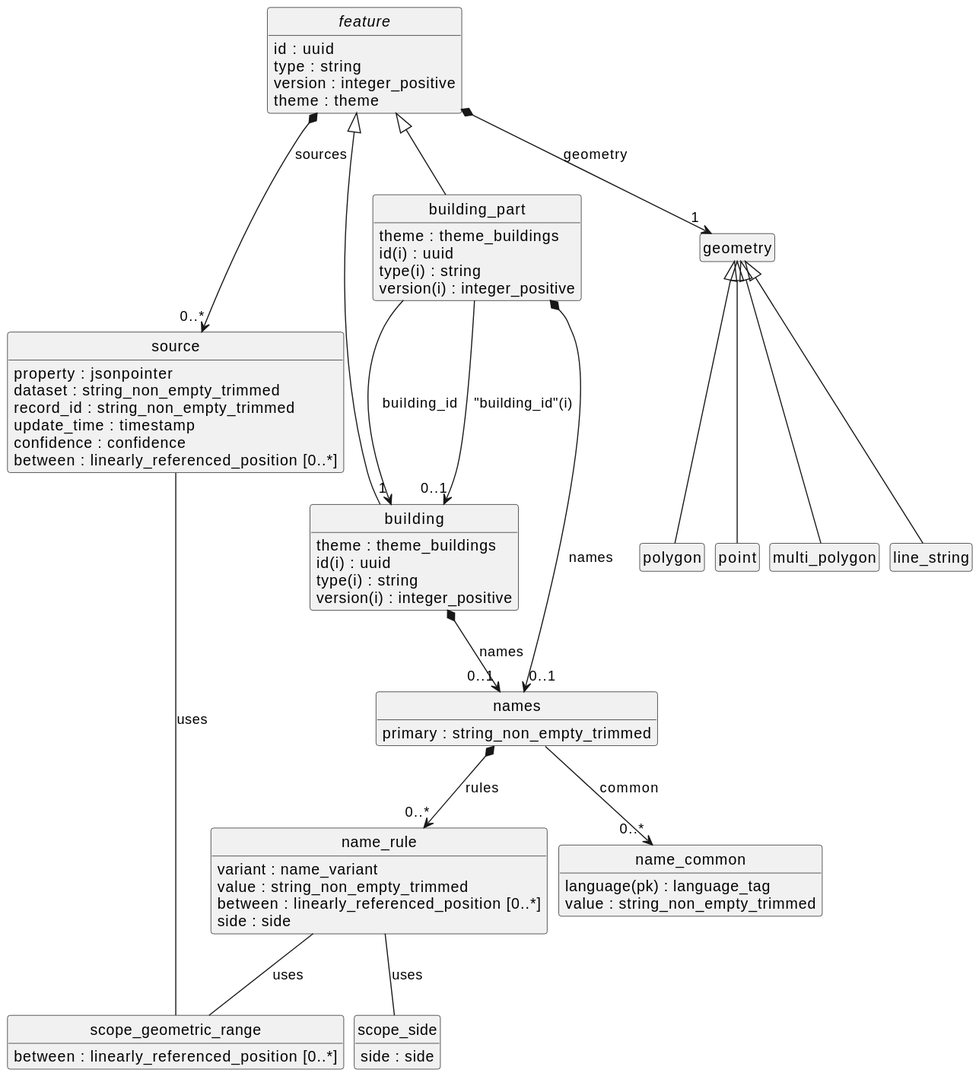
This is plantuml.svg from vcschapp/overture-schema-linkml, a PlantUML export, as it was before one commit.
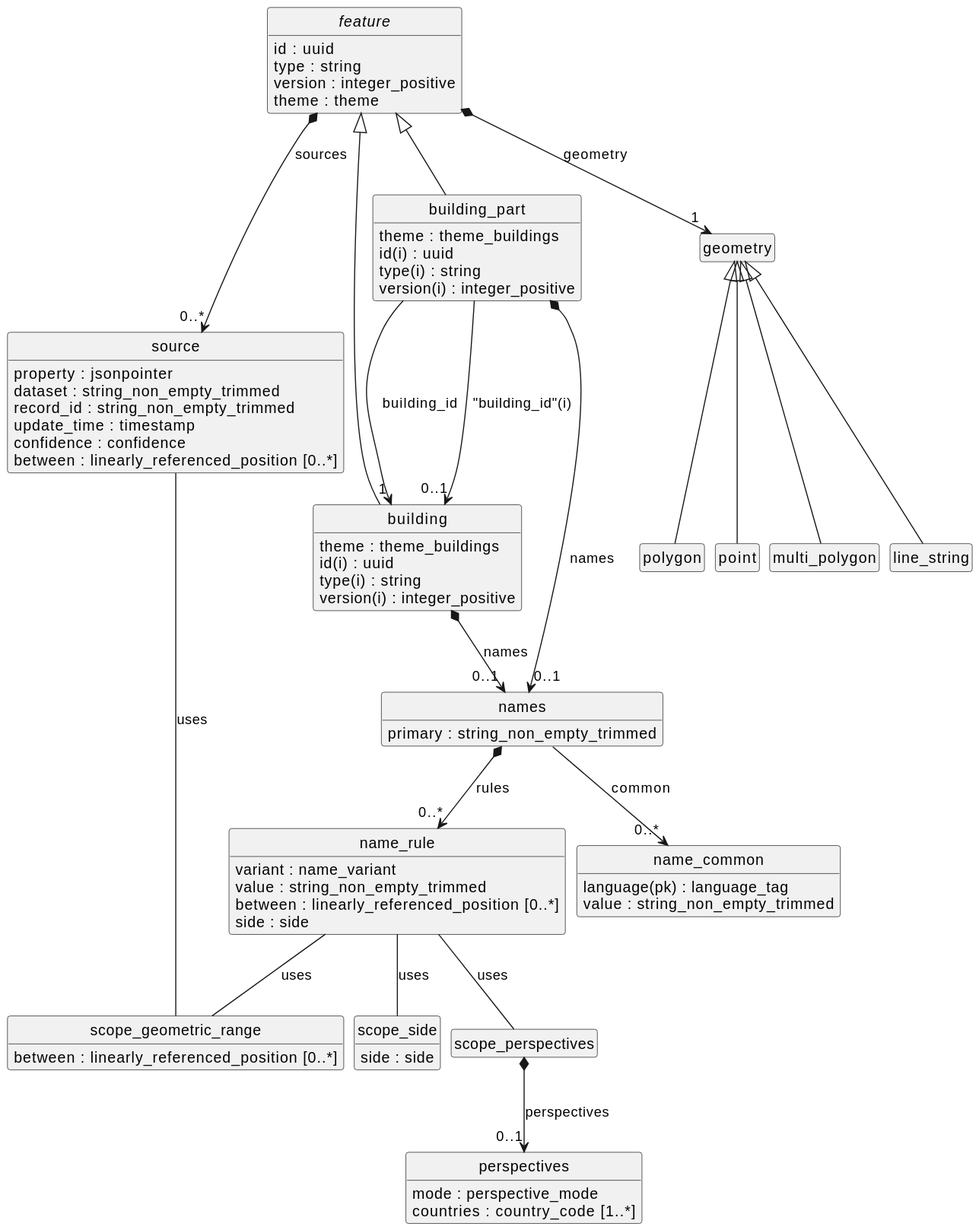
The same diagram one commit later.

Commit message:
Model perspectives in names

What changed in the source:
```diff
@@ -31,6 +31,15 @@
     {field} side : side
 }
 "name_rule" -- "scope_side"  : uses
+class "scope_perspectives" [[{Establishes a scope that applies only when a specific political perspective is adopted.}]] {
+
+}
+class "perspectives" [[{None}]] {
+    {field} mode : perspective_mode
+    {field} countries : country_code  [1..*]
+}
+"scope_perspectives" *--> "0..1" "perspectives" : "perspectives"
+"name_rule" -- "scope_perspectives"  : uses
 "name_rule" -- "scope_geometric_range"  : uses
 class "names" [[{None}]] {
     {field} primary : string_non_empty_trimmed
```
